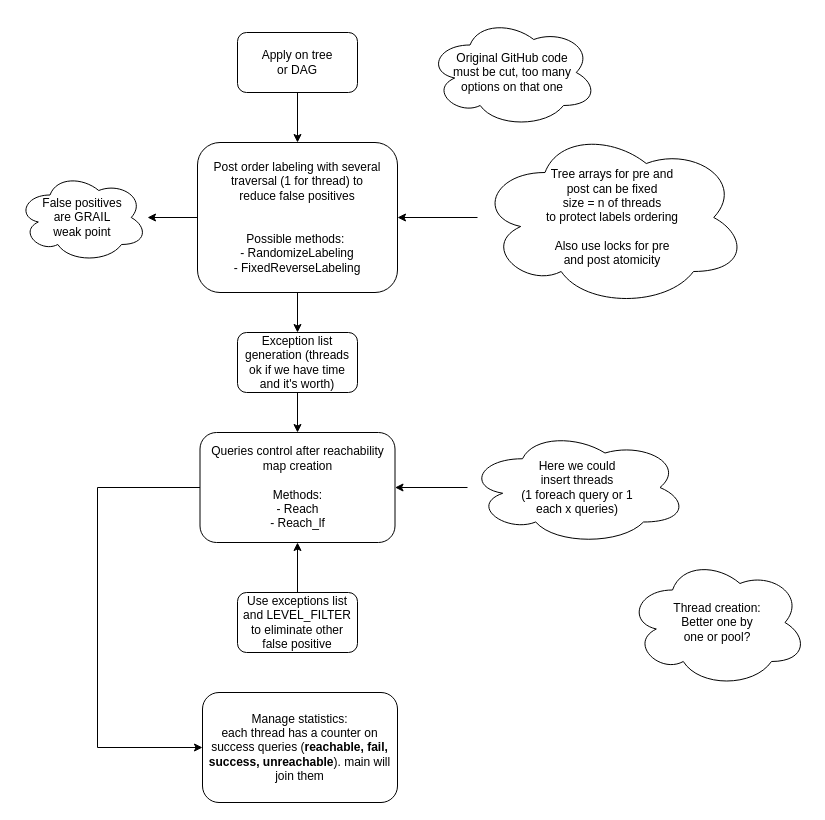
Earlier version of the draw.io diagram SdP_project_q2.drawio (AleIppolito/SdP_project_Q2). Source tidied: cells renumbered, new cells numbered last; positions are measured from the earlier drawing's top-left corner, leaving out a move shared by most shapes. Both pictures are drawn from the tidied source at 100%, with x=0, y=0 at pixel (17, 17).
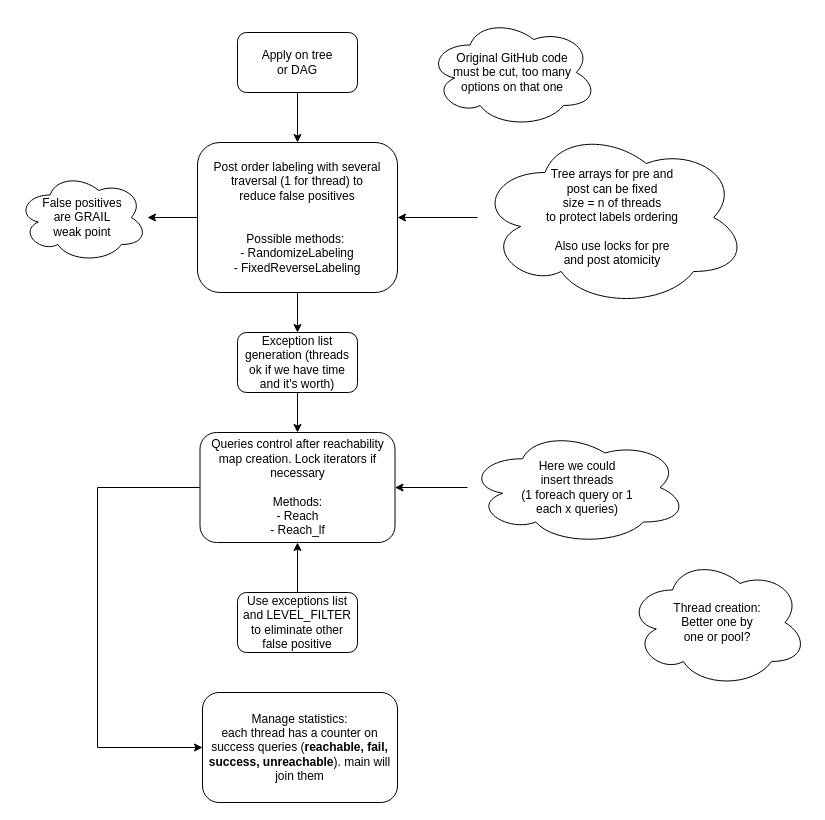
The same page after the edit.

Commit message:
Original GRAIL and flowchart update

Original code includes some more functions and methods that we won't use. we'll delete them to simplify the code.
Flowchart almost the same, just added iterators locking on queries.

What changed in the source:
```diff
@@
-    <mxCell id="6" value="Queries control after reachability&lt;br&gt;map creation&lt;br&gt;&lt;br&gt;Methods:&lt;br&gt;- Reach&lt;br&gt;- Reach_lf" style="rounded=1;whiteSpace=wrap;html=1;" parent="1" vertex="1">
+    <mxCell id="6" value="Queries control after reachability&lt;br&gt;map creation. Lock iterators if necessary&lt;br&gt;&lt;br&gt;Methods:&lt;br&gt;- Reach&lt;br&gt;- Reach_lf" style="rounded=1;whiteSpace=wrap;html=1;" parent="1" vertex="1">
       <mxGeometry x="182.5" y="415" width="195" height="110" as="geometry" />
     </mxCell>
```
